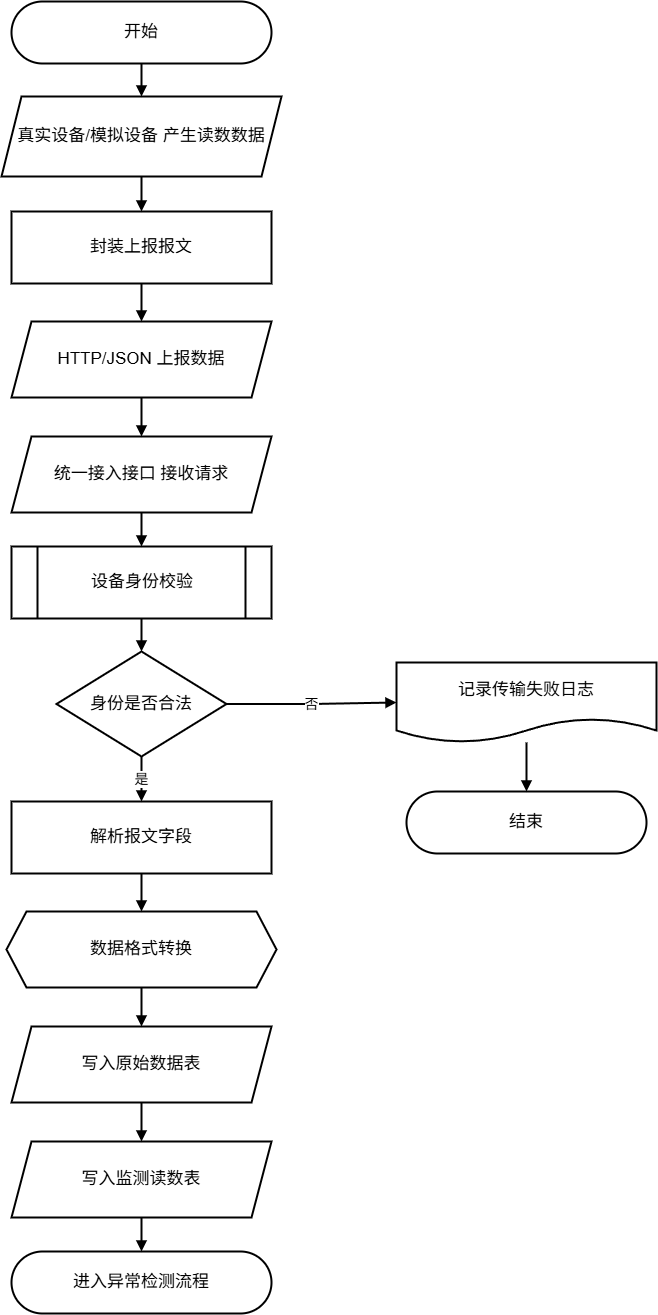
Earlier version of the draw.io export pictures_drawio/数据传输层流程图.drawio.png (solisW/my_thesis_system). Source tidied: cells renumbered, new cells last; positions are measured from the earlier drawing's top-left corner, leaving out a move shared by most shapes. The source it was exported from:
```xml
<mxGraphModel>
  <root>
    <mxCell id="0" />
    <mxCell id="1" parent="0" />
    <mxCell id="2" value="开始" style="rounded=1;arcSize=50;whiteSpace=wrap;html=1;fillColor=#ffffff;strokeColor=#000000;strokeWidth=2;fontSize=17;" parent="1" vertex="1">
      <mxGeometry x="10" width="260" height="62" as="geometry" />
    </mxCell>
    <mxCell id="3" value="真实设备/模拟设备 产生读数数据" style="shape=parallelogram;perimeter=parallelogramPerimeter;whiteSpace=wrap;html=1;fixedSize=1;fillColor=#ffffff;strokeColor=#000000;strokeWidth=2;fontSize=17;" parent="1" vertex="1">
      <mxGeometry y="95" width="280" height="80" as="geometry" />
    </mxCell>
    <mxCell id="4" value="封装上报报文" style="rounded=0;whiteSpace=wrap;html=1;fillColor=#ffffff;strokeColor=#000000;strokeWidth=2;fontSize=17;" parent="1" vertex="1">
      <mxGeometry x="10" y="210" width="260" height="72" as="geometry" />
    </mxCell>
    <mxCell id="5" value="HTTP/JSON 上报数据" style="shape=parallelogram;perimeter=parallelogramPerimeter;whiteSpace=wrap;html=1;fixedSize=1;fillColor=#ffffff;strokeColor=#000000;strokeWidth=2;fontSize=17;" parent="1" vertex="1">
      <mxGeometry x="10" y="320" width="260" height="76" as="geometry" />
    </mxCell>
    <mxCell id="6" value="统一接入接口 接收请求" style="shape=parallelogram;perimeter=parallelogramPerimeter;whiteSpace=wrap;html=1;fixedSize=1;fillColor=#ffffff;strokeColor=#000000;strokeWidth=2;fontSize=17;" parent="1" vertex="1">
      <mxGeometry x="10" y="435" width="260" height="76" as="geometry" />
    </mxCell>
    <mxCell id="7" value="设备身份校验" style="shape=process;whiteSpace=wrap;html=1;backgroundOutline=1;fillColor=#ffffff;strokeColor=#000000;strokeWidth=2;fontSize=17;" parent="1" vertex="1">
      <mxGeometry x="10" y="545" width="260" height="72" as="geometry" />
    </mxCell>
    <mxCell id="8" value="身份是否合法" style="rhombus;whiteSpace=wrap;html=1;fillColor=#ffffff;strokeColor=#000000;strokeWidth=2;fontSize=17;" parent="1" vertex="1">
      <mxGeometry x="55" y="650" width="170" height="105" as="geometry" />
    </mxCell>
    <mxCell id="9" value="记录传输失败日志" style="shape=document;whiteSpace=wrap;html=1;boundedLbl=1;fillColor=#ffffff;strokeColor=#000000;strokeWidth=2;fontSize=17;" parent="1" vertex="1">
      <mxGeometry x="395" y="661" width="260" height="80" as="geometry" />
    </mxCell>
    <mxCell id="10" value="结束" style="rounded=1;arcSize=50;whiteSpace=wrap;html=1;fillColor=#ffffff;strokeColor=#000000;strokeWidth=2;fontSize=17;" parent="1" vertex="1">
      <mxGeometry x="405" y="790" width="240" height="62" as="geometry" />
    </mxCell>
    <mxCell id="11" value="解析报文字段" style="rounded=0;whiteSpace=wrap;html=1;fillColor=#ffffff;strokeColor=#000000;strokeWidth=2;fontSize=17;" parent="1" vertex="1">
      <mxGeometry x="10" y="800" width="260" height="72" as="geometry" />
    </mxCell>
    <mxCell id="12" value="数据格式转换" style="shape=hexagon;perimeter=hexagonPerimeter2;whiteSpace=wrap;html=1;fixedSize=1;fillColor=#ffffff;strokeColor=#000000;strokeWidth=2;fontSize=17;" parent="1" vertex="1">
      <mxGeometry x="5" y="910" width="270" height="76" as="geometry" />
    </mxCell>
    <mxCell id="13" value="写入原始数据表" style="shape=parallelogram;perimeter=parallelogramPerimeter;whiteSpace=wrap;html=1;fixedSize=1;fillColor=#ffffff;strokeColor=#000000;strokeWidth=2;fontSize=17;" parent="1" vertex="1">
      <mxGeometry x="10" y="1025" width="260" height="76" as="geometry" />
    </mxCell>
    <mxCell id="14" value="写入监测读数表" style="shape=parallelogram;perimeter=parallelogramPerimeter;whiteSpace=wrap;html=1;fixedSize=1;fillColor=#ffffff;strokeColor=#000000;strokeWidth=2;fontSize=17;" parent="1" vertex="1">
      <mxGeometry x="10" y="1140" width="260" height="76" as="geometry" />
    </mxCell>
    <mxCell id="15" value="进入异常检测流程" style="rounded=1;arcSize=50;whiteSpace=wrap;html=1;fillColor=#ffffff;strokeColor=#000000;strokeWidth=2;fontSize=17;" parent="1" vertex="1">
      <mxGeometry x="10" y="1250" width="260" height="62" as="geometry" />
    </mxCell>
    <mxCell id="16" style="endArrow=block;html=1;rounded=0;edgeStyle=orthogonalEdgeStyle;strokeWidth=2;fontSize=14;" parent="1" edge="1" source="2" target="3">
      <mxGeometry relative="1" as="geometry" />
    </mxCell>
    <mxCell id="17" style="endArrow=block;html=1;rounded=0;edgeStyle=orthogonalEdgeStyle;strokeWidth=2;fontSize=14;" parent="1" edge="1" source="3" target="4">
      <mxGeometry relative="1" as="geometry" />
    </mxCell>
    <mxCell id="18" style="endArrow=block;html=1;rounded=0;edgeStyle=orthogonalEdgeStyle;strokeWidth=2;fontSize=14;" parent="1" edge="1" source="4" target="5">
      <mxGeometry relative="1" as="geometry" />
    </mxCell>
    <mxCell id="19" style="endArrow=block;html=1;rounded=0;edgeStyle=orthogonalEdgeStyle;strokeWidth=2;fontSize=14;" parent="1" edge="1" source="5" target="6">
      <mxGeometry relative="1" as="geometry" />
    </mxCell>
    <mxCell id="20" style="endArrow=block;html=1;rounded=0;edgeStyle=orthogonalEdgeStyle;strokeWidth=2;fontSize=14;" parent="1" edge="1" source="6" target="7">
      <mxGeometry relative="1" as="geometry" />
    </mxCell>
    <mxCell id="21" style="endArrow=block;html=1;rounded=0;edgeStyle=orthogonalEdgeStyle;strokeWidth=2;fontSize=14;" parent="1" edge="1" source="7" target="8">
      <mxGeometry relative="1" as="geometry" />
    </mxCell>
    <mxCell id="22" value="否" style="endArrow=block;html=1;rounded=0;edgeStyle=orthogonalEdgeStyle;strokeWidth=2;fontSize=14;" parent="1" edge="1" source="8" target="9">
      <mxGeometry relative="1" as="geometry" />
    </mxCell>
    <mxCell id="23" style="endArrow=block;html=1;rounded=0;edgeStyle=orthogonalEdgeStyle;strokeWidth=2;fontSize=14;" parent="1" edge="1" source="9" target="10">
      <mxGeometry relative="1" as="geometry" />
    </mxCell>
    <mxCell id="24" value="是" style="endArrow=block;html=1;rounded=0;edgeStyle=orthogonalEdgeStyle;strokeWidth=2;fontSize=14;" parent="1" edge="1" source="8" target="11">
      <mxGeometry relative="1" as="geometry" />
    </mxCell>
    <mxCell id="25" style="endArrow=block;html=1;rounded=0;edgeStyle=orthogonalEdgeStyle;strokeWidth=2;fontSize=14;" parent="1" edge="1" source="11" target="12">
      <mxGeometry relative="1" as="geometry" />
    </mxCell>
    <mxCell id="26" style="endArrow=block;html=1;rounded=0;edgeStyle=orthogonalEdgeStyle;strokeWidth=2;fontSize=14;" parent="1" edge="1" source="12" target="13">
      <mxGeometry relative="1" as="geometry" />
    </mxCell>
    <mxCell id="27" style="endArrow=block;html=1;rounded=0;edgeStyle=orthogonalEdgeStyle;strokeWidth=2;fontSize=14;" parent="1" edge="1" source="13" target="14">
      <mxGeometry relative="1" as="geometry" />
    </mxCell>
    <mxCell id="28" style="endArrow=block;html=1;rounded=0;edgeStyle=orthogonalEdgeStyle;strokeWidth=2;fontSize=14;" parent="1" edge="1" source="14" target="15">
      <mxGeometry relative="1" as="geometry" />
    </mxCell>
  </root>
</mxGraphModel>
```
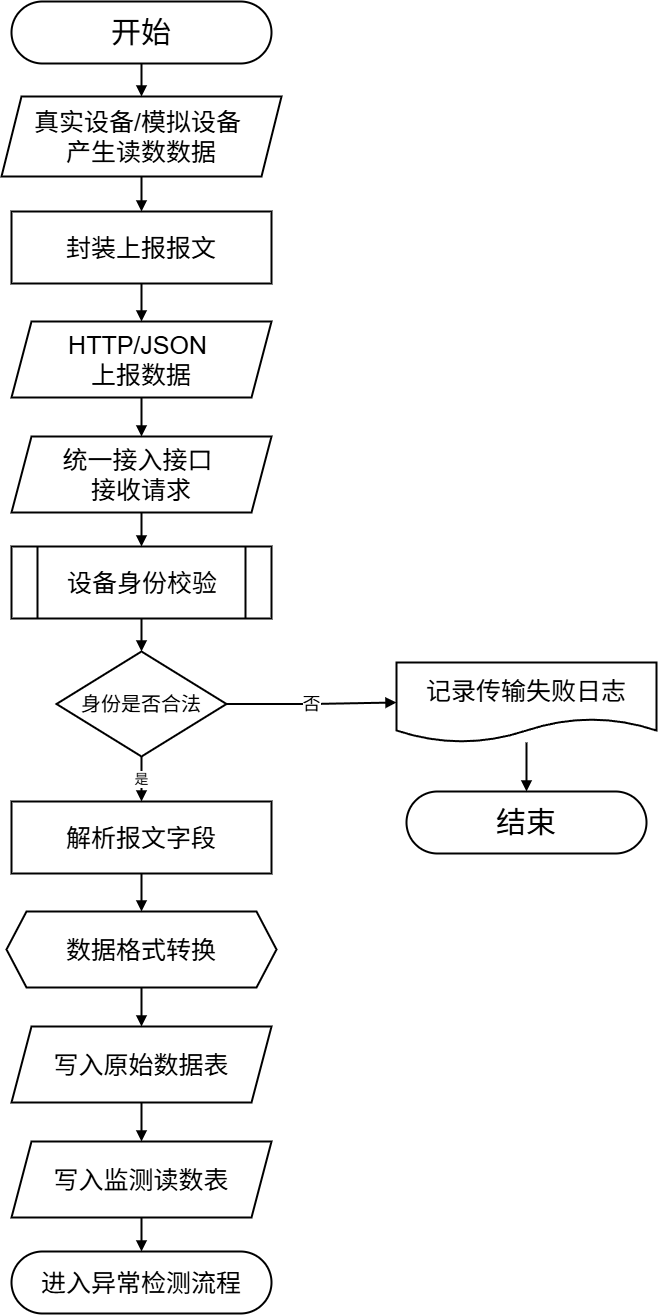
Above is the later version.

What changed in the source:
```diff
@@ -2,46 +2,46 @@
   <root>
     <mxCell id="0" />
     <mxCell id="1" parent="0" />
-    <mxCell id="2" value="开始" style="rounded=1;arcSize=50;whiteSpace=wrap;html=1;fillColor=#ffffff;strokeColor=#000000;strokeWidth=2;fontSize=17;" parent="1" vertex="1">
+    <mxCell id="2" value="&lt;font style=&quot;font-size: 30px;&quot;&gt;开始&lt;/font&gt;" style="rounded=1;arcSize=50;whiteSpace=wrap;html=1;fillColor=#ffffff;strokeColor=#000000;strokeWidth=2;fontSize=17;" parent="1" vertex="1">
       <mxGeometry x="10" width="260" height="62" as="geometry" />
     </mxCell>
-    <mxCell id="3" value="真实设备/模拟设备 产生读数数据" style="shape=parallelogram;perimeter=parallelogramPerimeter;whiteSpace=wrap;html=1;fixedSize=1;fillColor=#ffffff;strokeColor=#000000;strokeWidth=2;fontSize=17;" parent="1" vertex="1">
+    <mxCell id="3" value="&lt;font style=&quot;font-size: 25px;&quot;&gt;真实设备/模拟设备&amp;nbsp;&lt;/font&gt;&lt;div&gt;&lt;font style=&quot;font-size: 25px;&quot;&gt;产生读数数据&lt;/font&gt;&lt;/div&gt;" style="shape=parallelogram;perimeter=parallelogramPerimeter;whiteSpace=wrap;html=1;fixedSize=1;fillColor=#ffffff;strokeColor=#000000;strokeWidth=2;fontSize=17;" parent="1" vertex="1">
       <mxGeometry y="95" width="280" height="80" as="geometry" />
     </mxCell>
-    <mxCell id="4" value="封装上报报文" style="rounded=0;whiteSpace=wrap;html=1;fillColor=#ffffff;strokeColor=#000000;strokeWidth=2;fontSize=17;" parent="1" vertex="1">
+    <mxCell id="4" value="&lt;font style=&quot;font-size: 25px;&quot;&gt;封装上报报文&lt;/font&gt;" style="rounded=0;whiteSpace=wrap;html=1;fillColor=#ffffff;strokeColor=#000000;strokeWidth=2;fontSize=17;" parent="1" vertex="1">
       <mxGeometry x="10" y="210" width="260" height="72" as="geometry" />
     </mxCell>
-    <mxCell id="5" value="HTTP/JSON 上报数据" style="shape=parallelogram;perimeter=parallelogramPerimeter;whiteSpace=wrap;html=1;fixedSize=1;fillColor=#ffffff;strokeColor=#000000;strokeWidth=2;fontSize=17;" parent="1" vertex="1">
+    <mxCell id="5" value="&lt;font style=&quot;font-size: 25px;&quot;&gt;HTTP/JSON&amp;nbsp;&lt;/font&gt;&lt;div&gt;&lt;font style=&quot;font-size: 25px;&quot;&gt;上报数据&lt;/font&gt;&lt;/div&gt;" style="shape=parallelogram;perimeter=parallelogramPerimeter;whiteSpace=wrap;html=1;fixedSize=1;fillColor=#ffffff;strokeColor=#000000;strokeWidth=2;fontSize=17;" parent="1" vertex="1">
       <mxGeometry x="10" y="320" width="260" height="76" as="geometry" />
     </mxCell>
-    <mxCell id="6" value="统一接入接口 接收请求" style="shape=parallelogram;perimeter=parallelogramPerimeter;whiteSpace=wrap;html=1;fixedSize=1;fillColor=#ffffff;strokeColor=#000000;strokeWidth=2;fontSize=17;" parent="1" vertex="1">
+    <mxCell id="6" value="&lt;font style=&quot;font-size: 25px;&quot;&gt;统一接入接口&amp;nbsp;&lt;/font&gt;&lt;div&gt;&lt;font style=&quot;font-size: 25px;&quot;&gt;接收请求&lt;/font&gt;&lt;/div&gt;" style="shape=parallelogram;perimeter=parallelogramPerimeter;whiteSpace=wrap;html=1;fixedSize=1;fillColor=#ffffff;strokeColor=#000000;strokeWidth=2;fontSize=17;" parent="1" vertex="1">
       <mxGeometry x="10" y="435" width="260" height="76" as="geometry" />
     </mxCell>
-    <mxCell id="7" value="设备身份校验" style="shape=process;whiteSpace=wrap;html=1;backgroundOutline=1;fillColor=#ffffff;strokeColor=#000000;strokeWidth=2;fontSize=17;" parent="1" vertex="1">
+    <mxCell id="7" value="&lt;font style=&quot;font-size: 25px;&quot;&gt;设备身份校验&lt;/font&gt;" style="shape=process;whiteSpace=wrap;html=1;backgroundOutline=1;fillColor=#ffffff;strokeColor=#000000;strokeWidth=2;fontSize=17;" parent="1" vertex="1">
       <mxGeometry x="10" y="545" width="260" height="72" as="geometry" />
     </mxCell>
-    <mxCell id="8" value="身份是否合法" style="rhombus;whiteSpace=wrap;html=1;fillColor=#ffffff;strokeColor=#000000;strokeWidth=2;fontSize=17;" parent="1" vertex="1">
+    <mxCell id="8" value="&lt;font style=&quot;font-size: 20px;&quot;&gt;身份是否合法&lt;/font&gt;" style="rhombus;whiteSpace=wrap;html=1;fillColor=#ffffff;strokeColor=#000000;strokeWidth=2;fontSize=17;" parent="1" vertex="1">
       <mxGeometry x="55" y="650" width="170" height="105" as="geometry" />
     </mxCell>
-    <mxCell id="9" value="记录传输失败日志" style="shape=document;whiteSpace=wrap;html=1;boundedLbl=1;fillColor=#ffffff;strokeColor=#000000;strokeWidth=2;fontSize=17;" parent="1" vertex="1">
+    <mxCell id="9" value="&lt;font style=&quot;font-size: 25px;&quot;&gt;记录传输失败日志&lt;/font&gt;" style="shape=document;whiteSpace=wrap;html=1;boundedLbl=1;fillColor=#ffffff;strokeColor=#000000;strokeWidth=2;fontSize=17;" parent="1" vertex="1">
       <mxGeometry x="395" y="661" width="260" height="80" as="geometry" />
     </mxCell>
-    <mxCell id="10" value="结束" style="rounded=1;arcSize=50;whiteSpace=wrap;html=1;fillColor=#ffffff;strokeColor=#000000;strokeWidth=2;fontSize=17;" parent="1" vertex="1">
+    <mxCell id="10" value="&lt;font style=&quot;font-size: 30px;&quot;&gt;结束&lt;/font&gt;" style="rounded=1;arcSize=50;whiteSpace=wrap;html=1;fillColor=#ffffff;strokeColor=#000000;strokeWidth=2;fontSize=17;" parent="1" vertex="1">
       <mxGeometry x="405" y="790" width="240" height="62" as="geometry" />
     </mxCell>
-    <mxCell id="11" value="解析报文字段" style="rounded=0;whiteSpace=wrap;html=1;fillColor=#ffffff;strokeColor=#000000;strokeWidth=2;fontSize=17;" parent="1" vertex="1">
+    <mxCell id="11" value="&lt;font style=&quot;font-size: 25px;&quot;&gt;解析报文字段&lt;/font&gt;" style="rounded=0;whiteSpace=wrap;html=1;fillColor=#ffffff;strokeColor=#000000;strokeWidth=2;fontSize=17;" parent="1" vertex="1">
       <mxGeometry x="10" y="800" width="260" height="72" as="geometry" />
     </mxCell>
-    <mxCell id="12" value="数据格式转换" style="shape=hexagon;perimeter=hexagonPerimeter2;whiteSpace=wrap;html=1;fixedSize=1;fillColor=#ffffff;strokeColor=#000000;strokeWidth=2;fontSize=17;" parent="1" vertex="1">
+    <mxCell id="12" value="&lt;font style=&quot;font-size: 25px;&quot;&gt;数据格式转换&lt;/font&gt;" style="shape=hexagon;perimeter=hexagonPerimeter2;whiteSpace=wrap;html=1;fixedSize=1;fillColor=#ffffff;strokeColor=#000000;strokeWidth=2;fontSize=17;" parent="1" vertex="1">
       <mxGeometry x="5" y="910" width="270" height="76" as="geometry" />
     </mxCell>
-    <mxCell id="13" value="写入原始数据表" style="shape=parallelogram;perimeter=parallelogramPerimeter;whiteSpace=wrap;html=1;fixedSize=1;fillColor=#ffffff;strokeColor=#000000;strokeWidth=2;fontSize=17;" parent="1" vertex="1">
+    <mxCell id="13" value="&lt;font style=&quot;font-size: 25px;&quot;&gt;写入原始数据表&lt;/font&gt;" style="shape=parallelogram;perimeter=parallelogramPerimeter;whiteSpace=wrap;html=1;fixedSize=1;fillColor=#ffffff;strokeColor=#000000;strokeWidth=2;fontSize=17;" parent="1" vertex="1">
       <mxGeometry x="10" y="1025" width="260" height="76" as="geometry" />
     </mxCell>
-    <mxCell id="14" value="写入监测读数表" style="shape=parallelogram;perimeter=parallelogramPerimeter;whiteSpace=wrap;html=1;fixedSize=1;fillColor=#ffffff;strokeColor=#000000;strokeWidth=2;fontSize=17;" parent="1" vertex="1">
+    <mxCell id="14" value="&lt;font style=&quot;font-size: 25px;&quot;&gt;写入监测读数表&lt;/font&gt;" style="shape=parallelogram;perimeter=parallelogramPerimeter;whiteSpace=wrap;html=1;fixedSize=1;fillColor=#ffffff;strokeColor=#000000;strokeWidth=2;fontSize=17;" parent="1" vertex="1">
       <mxGeometry x="10" y="1140" width="260" height="76" as="geometry" />
     </mxCell>
-    <mxCell id="15" value="进入异常检测流程" style="rounded=1;arcSize=50;whiteSpace=wrap;html=1;fillColor=#ffffff;strokeColor=#000000;strokeWidth=2;fontSize=17;" parent="1" vertex="1">
+    <mxCell id="15" value="&lt;font style=&quot;font-size: 25px;&quot;&gt;进入异常检测流程&lt;/font&gt;" style="rounded=1;arcSize=50;whiteSpace=wrap;html=1;fillColor=#ffffff;strokeColor=#000000;strokeWidth=2;fontSize=17;" parent="1" vertex="1">
       <mxGeometry x="10" y="1250" width="260" height="62" as="geometry" />
     </mxCell>
     <mxCell id="16" style="endArrow=block;html=1;rounded=0;edgeStyle=orthogonalEdgeStyle;strokeWidth=2;fontSize=14;" parent="1" edge="1" source="2" target="3">
@@ -62,7 +62,7 @@
     <mxCell id="21" style="endArrow=block;html=1;rounded=0;edgeStyle=orthogonalEdgeStyle;strokeWidth=2;fontSize=14;" parent="1" edge="1" source="7" target="8">
       <mxGeometry relative="1" as="geometry" />
     </mxCell>
-    <mxCell id="22" value="否" style="endArrow=block;html=1;rounded=0;edgeStyle=orthogonalEdgeStyle;strokeWidth=2;fontSize=14;" parent="1" edge="1" source="8" target="9">
+    <mxCell id="22" value="&lt;font style=&quot;font-size: 18px;&quot;&gt;否&lt;/font&gt;" style="endArrow=block;html=1;rounded=0;edgeStyle=orthogonalEdgeStyle;strokeWidth=2;fontSize=14;" parent="1" edge="1" source="8" target="9">
       <mxGeometry relative="1" as="geometry" />
     </mxCell>
     <mxCell id="23" style="endArrow=block;html=1;rounded=0;edgeStyle=orthogonalEdgeStyle;strokeWidth=2;fontSize=14;" parent="1" edge="1" source="9" target="10">
```
